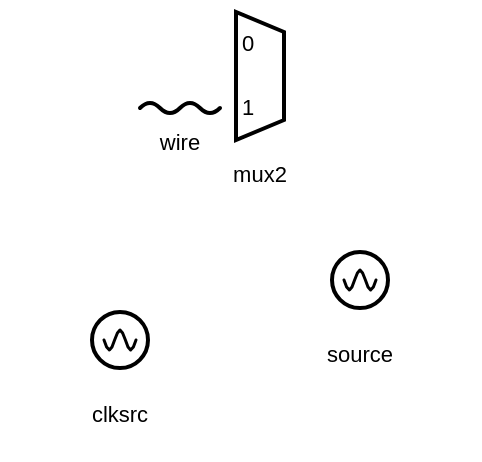
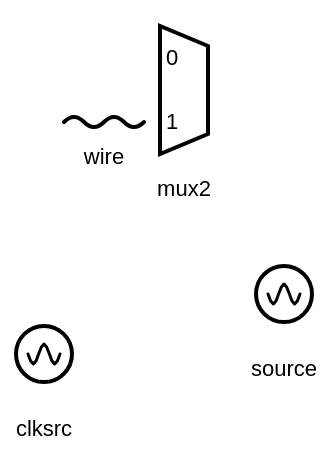
<mxfile>
  <diagram id="5ppSYJ0k6ob8voNXaxrY" name="第 1 页">
    <mxGraphModel dx="702" dy="629" grid="1" gridSize="10" guides="1" tooltips="1" connect="1" arrows="1" fold="1" page="1" pageScale="1" pageWidth="827" pageHeight="1169" math="0" shadow="0">
      <root>
        <mxCell id="0" />
        <mxCell id="1" parent="0" />
-         <object id="9" name="wire" label="&lt;div style=&quot;position:relative;box-sizing:border-box;margin:0;padding:0;display:block;width:100%;height:100%;overflow:visible;white-space:nowrap;font-family:Helvetica,Arial,sans-serif;&quot;&gt;&lt;div style=&quot;position:absolute;left:0;top:0;width:100%;height:100%;&quot;&gt;&lt;svg xmlns=&quot;http://www.w3.org/2000/svg&quot; width=&quot;100%&quot; height=&quot;100%&quot; viewBox=&quot;0 0 120 40&quot; preserveAspectRatio=&quot;none&quot; style=&quot;display:block;overflow:visible;&quot;&gt;&lt;path d=&quot;M 40 14 Q 45 9 50 14 T 60 14 T 70 14 T 80 14&quot; fill=&quot;none&quot; stroke=&quot;#000000&quot; stroke-width=&quot;2&quot; stroke-linecap=&quot;round&quot; stroke-linejoin=&quot;round&quot;/&gt;&lt;/svg&gt;&lt;/div&gt;&lt;div style=&quot;position:absolute;left:50%;top:55.00000000000001%;transform:translateX(-50%);text-align:center;font-size:11px;line-height:1;white-space:nowrap;padding-top:4px;&quot;&gt;%name%&lt;/div&gt;&lt;/div&gt;" placeholders="1">
-           <mxCell style="rounded=0;whiteSpace=nowrap;html=1;metaEdit=1;placeholders=1;overflow=fill;autosize=0;fillColor=none;strokeColor=none;spacingTop=0;spacingBottom=0;spacingLeft=0;spacingRight=0;align=left;verticalAlign=top;drawclockType=wire;points=[[0.3333,0.3500,0,0,0],[0.6667,0.3500,0,0,0]];" parent="1" vertex="1">
-             <mxGeometry x="260" y="310" width="120" height="40" as="geometry" />
+         <object id="9" name="wire" label="&lt;div style=&quot;position:relative;box-sizing:border-box;margin:0;padding:0;display:block;width:40px;height:40px;overflow:visible;white-space:nowrap;font-family:Helvetica,Arial,sans-serif;&quot;&gt;&lt;div style=&quot;position:absolute;left:0;top:0;width:40px;height:40px;&quot;&gt;&lt;svg xmlns=&quot;http://www.w3.org/2000/svg&quot; width=&quot;40&quot; height=&quot;40&quot; viewBox=&quot;0 0 40 40&quot; preserveAspectRatio=&quot;none&quot; style=&quot;display:block;overflow:visible;&quot;&gt;&lt;path d=&quot;M 0 14 Q 5 9 10 14 T 20 14 T 30 14 T 40 14&quot; fill=&quot;none&quot; stroke=&quot;#000000&quot; stroke-width=&quot;2&quot; stroke-linecap=&quot;round&quot; stroke-linejoin=&quot;round&quot;/&gt;&lt;/svg&gt;&lt;/div&gt;&lt;div style=&quot;position:absolute;left:50%;top:55.00000000000001%;transform:translateX(-50%);text-align:center;font-size:11px;line-height:1;white-space:nowrap;padding-top:4px;&quot;&gt;%name%&lt;/div&gt;&lt;/div&gt;" placeholders="1">
+           <mxCell style="rounded=0;whiteSpace=nowrap;html=1;metaEdit=1;placeholders=1;overflow=visible;resizable=0;autosize=0;fillColor=none;strokeColor=none;spacingTop=0;spacingBottom=0;spacingLeft=0;spacingRight=0;align=left;verticalAlign=top;drawclockType=from;points=[[1.0000,0.3500,0,0,0]];" parent="1" vertex="1">
+             <mxGeometry x="260" y="310" width="40" height="40" as="geometry" />
          </mxCell>
        </object>
-         <object id="10" name="clksrc" label="&lt;div style=&quot;position:relative;box-sizing:border-box;margin:0;padding:0;display:block;width:100%;height:100%;overflow:visible;white-space:nowrap;font-family:Helvetica,Arial,sans-serif;&quot;&gt;&lt;div style=&quot;position:absolute;left:0;top:0;width:100%;height:100%;&quot;&gt;&lt;svg xmlns=&quot;http://www.w3.org/2000/svg&quot; width=&quot;100%&quot; height=&quot;100%&quot; viewBox=&quot;0 0 120 90&quot; preserveAspectRatio=&quot;none&quot; style=&quot;display:block;overflow:visible;&quot;&gt;&lt;circle cx=&quot;60.0&quot; cy=&quot;30&quot; r=&quot;14&quot; fill=&quot;none&quot; stroke=&quot;#000000&quot; stroke-width=&quot;2&quot;/&gt;&lt;path d=&quot;M 52.0 30.0 L 53.3 33.5 L 54.7 35.0 L 56.0 33.5 L 57.3 30.0 L 58.7 26.5 L 60.0 25.0 L 61.3 26.5 L 62.7 30.0 L 64.0 33.5 L 65.3 35.0 L 66.7 33.5 L 68.0 30.0&quot; fill=&quot;none&quot; stroke=&quot;#000000&quot; stroke-width=&quot;1.5&quot; stroke-linecap=&quot;round&quot; stroke-linejoin=&quot;round&quot;/&gt;&lt;/svg&gt;&lt;/div&gt;&lt;div style=&quot;position:absolute;left:50%;top:64.44444444444444%;transform:translateX(-50%);text-align:center;font-size:11px;line-height:1;white-space:nowrap;padding-top:4px;&quot;&gt;%name%&lt;/div&gt;&lt;/div&gt;" placeholders="1">
-           <mxCell style="rounded=0;whiteSpace=nowrap;html=1;metaEdit=1;placeholders=1;overflow=fill;autosize=0;fillColor=none;strokeColor=none;spacingTop=0;spacingBottom=0;spacingLeft=0;spacingRight=0;align=left;verticalAlign=top;drawclockType=source;points=[[0.6167,0.3333,0,0,0]];" parent="1" vertex="1">
-             <mxGeometry x="230" y="410" width="120" height="90" as="geometry" />
+         <object id="10" name="clksrc" label="&lt;div style=&quot;position:relative;box-sizing:border-box;margin:0;padding:0;display:block;width:40px;height:90px;overflow:visible;white-space:nowrap;font-family:Helvetica,Arial,sans-serif;&quot;&gt;&lt;div style=&quot;position:absolute;left:0;top:0;width:40px;height:90px;&quot;&gt;&lt;svg xmlns=&quot;http://www.w3.org/2000/svg&quot; width=&quot;40&quot; height=&quot;90&quot; viewBox=&quot;0 0 40 90&quot; preserveAspectRatio=&quot;none&quot; style=&quot;display:block;overflow:visible;&quot;&gt;&lt;circle cx=&quot;20.0&quot; cy=&quot;30&quot; r=&quot;14&quot; fill=&quot;none&quot; stroke=&quot;#000000&quot; stroke-width=&quot;2&quot;/&gt;&lt;path d=&quot;M 12.0 30.0 L 13.3 33.5 L 14.7 35.0 L 16.0 33.5 L 17.3 30.0 L 18.7 26.5 L 20.0 25.0 L 21.3 26.5 L 22.7 30.0 L 24.0 33.5 L 25.3 35.0 L 26.7 33.5 L 28.0 30.0&quot; fill=&quot;none&quot; stroke=&quot;#000000&quot; stroke-width=&quot;1.5&quot; stroke-linecap=&quot;round&quot; stroke-linejoin=&quot;round&quot;/&gt;&lt;/svg&gt;&lt;/div&gt;&lt;div style=&quot;position:absolute;left:50%;top:64.44444444444444%;transform:translateX(-50%);text-align:center;font-size:11px;line-height:1;white-space:nowrap;padding-top:4px;&quot;&gt;%name%&lt;/div&gt;&lt;/div&gt;" placeholders="1">
+           <mxCell style="rounded=0;whiteSpace=nowrap;html=1;metaEdit=1;placeholders=1;overflow=visible;resizable=0;autosize=0;fillColor=none;strokeColor=none;spacingTop=0;spacingBottom=0;spacingLeft=0;spacingRight=0;align=left;verticalAlign=top;drawclockType=source;points=[[0.8500,0.3333,0,0,0]];" parent="1" vertex="1">
+             <mxGeometry x="230" y="410" width="40" height="90" as="geometry" />
          </mxCell>
        </object>
-         <object id="11" name="source" label="&lt;div style=&quot;position:relative;box-sizing:border-box;margin:0;padding:0;display:block;width:100%;height:100%;overflow:visible;white-space:nowrap;font-family:Helvetica,Arial,sans-serif;&quot;&gt;&lt;div style=&quot;position:absolute;left:0;top:0;width:100%;height:100%;&quot;&gt;&lt;svg xmlns=&quot;http://www.w3.org/2000/svg&quot; width=&quot;100%&quot; height=&quot;100%&quot; viewBox=&quot;0 0 120 90&quot; preserveAspectRatio=&quot;none&quot; style=&quot;display:block;overflow:visible;&quot;&gt;&lt;circle cx=&quot;60.0&quot; cy=&quot;30&quot; r=&quot;14&quot; fill=&quot;none&quot; stroke=&quot;#000000&quot; stroke-width=&quot;2&quot;/&gt;&lt;path d=&quot;M 52.0 30.0 L 53.3 33.5 L 54.7 35.0 L 56.0 33.5 L 57.3 30.0 L 58.7 26.5 L 60.0 25.0 L 61.3 26.5 L 62.7 30.0 L 64.0 33.5 L 65.3 35.0 L 66.7 33.5 L 68.0 30.0&quot; fill=&quot;none&quot; stroke=&quot;#000000&quot; stroke-width=&quot;1.5&quot; stroke-linecap=&quot;round&quot; stroke-linejoin=&quot;round&quot;/&gt;&lt;/svg&gt;&lt;/div&gt;&lt;div style=&quot;position:absolute;left:50%;top:64.44444444444444%;transform:translateX(-50%);text-align:center;font-size:11px;line-height:1;white-space:nowrap;padding-top:4px;&quot;&gt;%name%&lt;/div&gt;&lt;/div&gt;" placeholders="1">
-           <mxCell style="rounded=0;whiteSpace=nowrap;html=1;metaEdit=1;placeholders=1;overflow=fill;autosize=0;fillColor=none;strokeColor=none;spacingTop=0;spacingBottom=0;spacingLeft=0;spacingRight=0;align=left;verticalAlign=top;drawclockType=source;points=[[0.6167,0.3333,0,0,0]];" vertex="1" parent="1">
-             <mxGeometry x="350" y="380" width="120" height="90" as="geometry" />
+         <object id="11" name="source" label="&lt;div style=&quot;position:relative;box-sizing:border-box;margin:0;padding:0;display:block;width:40px;height:90px;overflow:visible;white-space:nowrap;font-family:Helvetica,Arial,sans-serif;&quot;&gt;&lt;div style=&quot;position:absolute;left:0;top:0;width:40px;height:90px;&quot;&gt;&lt;svg xmlns=&quot;http://www.w3.org/2000/svg&quot; width=&quot;40&quot; height=&quot;90&quot; viewBox=&quot;0 0 40 90&quot; preserveAspectRatio=&quot;none&quot; style=&quot;display:block;overflow:visible;&quot;&gt;&lt;circle cx=&quot;20.0&quot; cy=&quot;30&quot; r=&quot;14&quot; fill=&quot;none&quot; stroke=&quot;#000000&quot; stroke-width=&quot;2&quot;/&gt;&lt;path d=&quot;M 12.0 30.0 L 13.3 33.5 L 14.7 35.0 L 16.0 33.5 L 17.3 30.0 L 18.7 26.5 L 20.0 25.0 L 21.3 26.5 L 22.7 30.0 L 24.0 33.5 L 25.3 35.0 L 26.7 33.5 L 28.0 30.0&quot; fill=&quot;none&quot; stroke=&quot;#000000&quot; stroke-width=&quot;1.5&quot; stroke-linecap=&quot;round&quot; stroke-linejoin=&quot;round&quot;/&gt;&lt;/svg&gt;&lt;/div&gt;&lt;div style=&quot;position:absolute;left:50%;top:64.44444444444444%;transform:translateX(-50%);text-align:center;font-size:11px;line-height:1;white-space:nowrap;padding-top:4px;&quot;&gt;%name%&lt;/div&gt;&lt;/div&gt;" placeholders="1">
+           <mxCell style="rounded=0;whiteSpace=nowrap;html=1;metaEdit=1;placeholders=1;overflow=visible;resizable=0;autosize=0;fillColor=none;strokeColor=none;spacingTop=0;spacingBottom=0;spacingLeft=0;spacingRight=0;align=left;verticalAlign=top;drawclockType=source;points=[[0.8500,0.3333,0,0,0]];" vertex="1" parent="1">
+             <mxGeometry x="350" y="380" width="40" height="90" as="geometry" />
          </mxCell>
        </object>
-         <object id="12" name="mux2" label="&lt;div style=&quot;position:relative;box-sizing:border-box;margin:0;padding:0;display:block;width:100%;height:100%;overflow:visible;white-space:nowrap;font-family:Helvetica,Arial,sans-serif;&quot;&gt;&lt;div style=&quot;position:absolute;left:0;top:0;width:100%;height:100%;&quot;&gt;&lt;svg xmlns=&quot;http://www.w3.org/2000/svg&quot; width=&quot;100%&quot; height=&quot;100%&quot; viewBox=&quot;0 0 120 106&quot; preserveAspectRatio=&quot;none&quot; style=&quot;display:block;overflow:visible;&quot;&gt;&lt;polygon points=&quot;48,6 48,70 72,60 72,16&quot; fill=&quot;none&quot; stroke=&quot;#000000&quot; stroke-width=&quot;2&quot;/&gt;&lt;/svg&gt;&lt;span style=&quot;position:absolute;left:45.0%;top:20.754716981132077%;font-size:11px;line-height:1;white-space:nowrap;transform:translate(-50%,-50%);&quot;&gt;0&lt;/span&gt;&lt;span style=&quot;position:absolute;left:45.0%;top:50.943396226415096%;font-size:11px;line-height:1;white-space:nowrap;transform:translate(-50%,-50%);&quot;&gt;1&lt;/span&gt;&lt;/div&gt;&lt;div style=&quot;position:absolute;left:50%;top:73.58490566037736%;transform:translateX(-50%);text-align:center;font-size:11px;line-height:1;white-space:nowrap;padding-top:4px;&quot;&gt;%name%&lt;/div&gt;&lt;/div&gt;" placeholders="1">
-           <mxCell style="rounded=0;whiteSpace=nowrap;html=1;metaEdit=1;placeholders=1;overflow=fill;autosize=0;fillColor=none;strokeColor=none;spacingTop=0;spacingBottom=0;spacingLeft=0;spacingRight=0;align=left;verticalAlign=top;drawclockType=mux2;points=[[0.4000,0.2075,0,0,0],[0.4000,0.5094,0,0,0],[0.6000,0.3585,0,0,0]];" vertex="1" parent="1">
-             <mxGeometry x="300" y="270" width="120" height="106" as="geometry" />
+         <object id="12" name="mux2" label="&lt;div style=&quot;position:relative;box-sizing:border-box;margin:0;padding:0;display:block;width:40px;height:106px;overflow:visible;white-space:nowrap;font-family:Helvetica,Arial,sans-serif;&quot;&gt;&lt;div style=&quot;position:absolute;left:0;top:0;width:40px;height:106px;&quot;&gt;&lt;svg xmlns=&quot;http://www.w3.org/2000/svg&quot; width=&quot;40&quot; height=&quot;106&quot; viewBox=&quot;0 0 40 106&quot; preserveAspectRatio=&quot;none&quot; style=&quot;display:block;overflow:visible;&quot;&gt;&lt;polygon points=&quot;8,6 8,70 32,60 32,16&quot; fill=&quot;none&quot; stroke=&quot;#000000&quot; stroke-width=&quot;2&quot;/&gt;&lt;/svg&gt;&lt;span style=&quot;position:absolute;left:35.0%;top:20.754716981132077%;font-size:11px;line-height:1;white-space:nowrap;transform:translate(-50%,-50%);&quot;&gt;0&lt;/span&gt;&lt;span style=&quot;position:absolute;left:35.0%;top:50.943396226415096%;font-size:11px;line-height:1;white-space:nowrap;transform:translate(-50%,-50%);&quot;&gt;1&lt;/span&gt;&lt;/div&gt;&lt;div style=&quot;position:absolute;left:50%;top:73.58490566037736%;transform:translateX(-50%);text-align:center;font-size:11px;line-height:1;white-space:nowrap;padding-top:4px;&quot;&gt;%name%&lt;/div&gt;&lt;/div&gt;" placeholders="1">
+           <mxCell style="rounded=0;whiteSpace=nowrap;html=1;metaEdit=1;placeholders=1;overflow=visible;resizable=0;autosize=0;fillColor=none;strokeColor=none;spacingTop=0;spacingBottom=0;spacingLeft=0;spacingRight=0;align=left;verticalAlign=top;drawclockType=mux2;points=[[0.2000,0.2075,0,0,0],[0.2000,0.5094,0,0,0],[0.8000,0.3585,0,0,0]];" vertex="1" parent="1">
+             <mxGeometry x="300" y="270" width="40" height="106" as="geometry" />
          </mxCell>
        </object>
      </root>
    </mxGraphModel>
  </diagram>
</mxfile>
